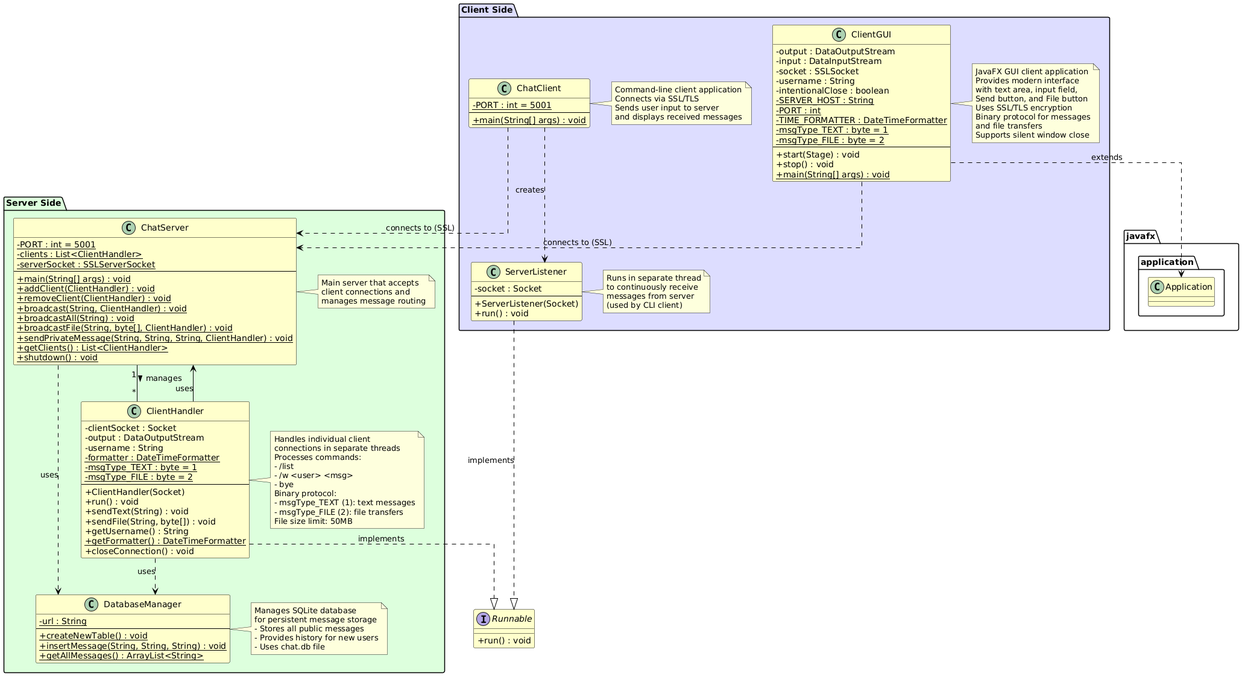
Above: diagrams/ChatSystem Class Diagram.png in OmarElmelegy/ChatUp (PlantUML), before the change.
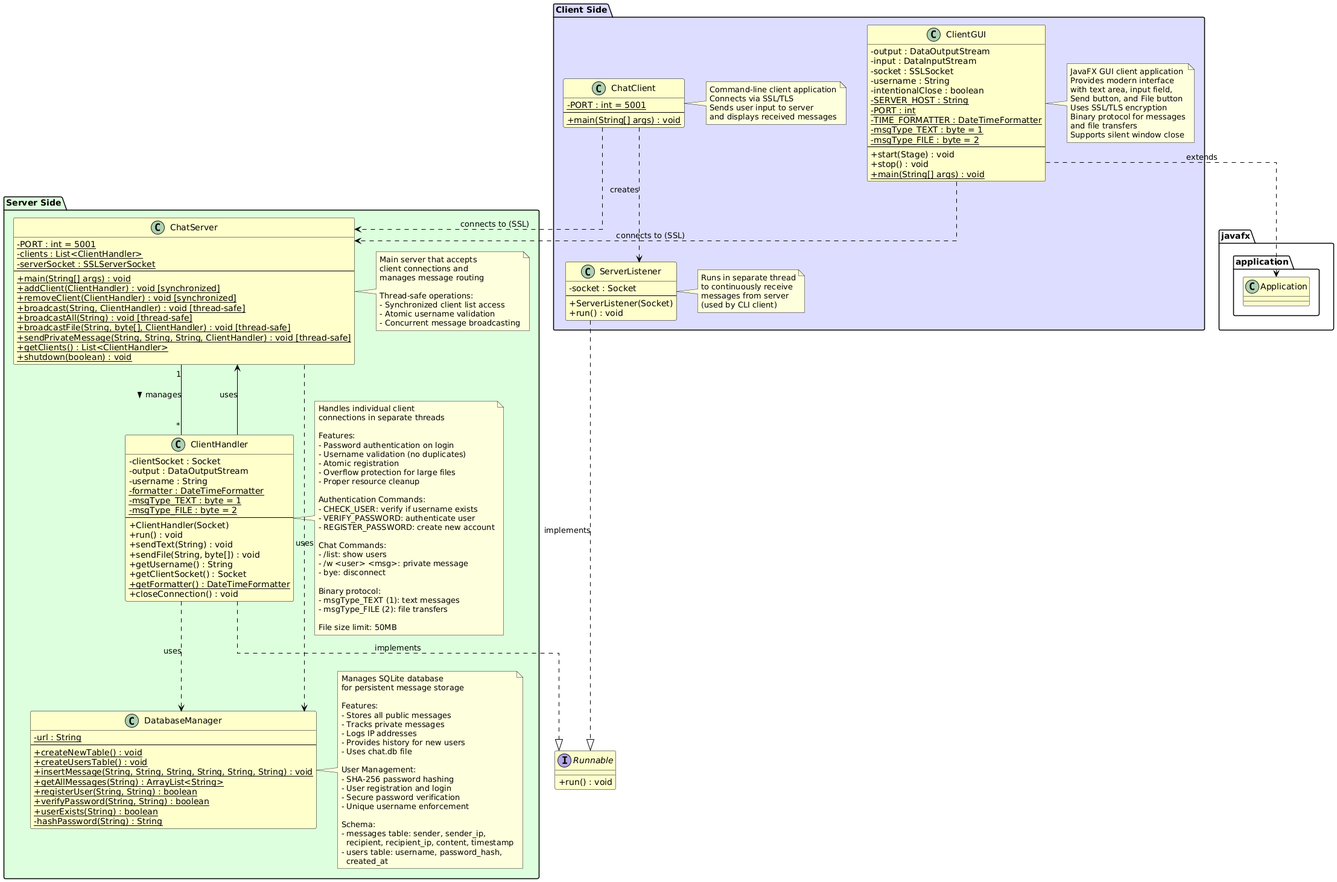
Later version of the same file.

What changed in the source:
```diff
@@ -21,14 +21,14 @@
         {static} - serverSocket : SSLServerSocket
         --
         {static} + main(String[] args) : void
-        {static} + addClient(ClientHandler) : void
-        {static} + removeClient(ClientHandler) : void
-        {static} + broadcast(String, ClientHandler) : void
-        {static} + broadcastAll(String) : void
-        {static} + broadcastFile(String, byte[], ClientHandler) : void
-        {static} + sendPrivateMessage(String, String, String, ClientHandler) : void
+        {static} + addClient(ClientHandler) : void [synchronized]
+        {static} + removeClient(ClientHandler) : void [synchronized]
+        {static} + broadcast(String, ClientHandler) : void [thread-safe]
+        {static} + broadcastAll(String) : void [thread-safe]
+        {static} + broadcastFile(String, byte[], ClientHandler) : void [thread-safe]
+        {static} + sendPrivateMessage(String, String, String, ClientHandler) : void [thread-safe]
         {static} + getClients() : List<ClientHandler>
-        {static} + shutdown() : void
+        {static} + shutdown(boolean) : void
     }
 
     class ClientHandler {
@@ -44,6 +44,7 @@
         + sendText(String) : void
         + sendFile(String, byte[]) : void
         + getUsername() : String
+        + getClientSocket() : Socket
         {static} + getFormatter() : DateTimeFormatter
         + closeConnection() : void
     }
@@ -52,35 +53,76 @@
         {static} - url : String
         --
         {static} + createNewTable() : void
-        {static} + insertMessage(String, String, String) : void
-        {static} + getAllMessages() : ArrayList<String>
+        {static} + createUsersTable() : void
+        {static} + insertMessage(String, String, String, String, String, String) : void
+        {static} + getAllMessages(String) : ArrayList<String>
+        {static} + registerUser(String, String) : boolean
+        {static} + verifyPassword(String, String) : boolean
+        {static} + userExists(String) : boolean
+        {static} - hashPassword(String) : String
     }
 
     note right of ChatServer
       Main server that accepts
       client connections and
       manages message routing
+
+      Thread-safe operations:
+      - Synchronized client list access
+      - Atomic username validation
+      - Concurrent message broadcasting
     end note
 
     note right of ClientHandler
       Handles individual client
       connections in separate threads
-      Processes commands:
-      - /list
-      - /w <user> <msg>
-      - bye
+
+      Features:
+      - Password authentication on login
+      - Username validation (no duplicates)
+      - Atomic registration
+      - Overflow protection for large files
+      - Proper resource cleanup
+
+      Authentication Commands:
+      - CHECK_USER: verify if username exists
+      - VERIFY_PASSWORD: authenticate user
+      - REGISTER_PASSWORD: create new account
+
+      Chat Commands:
+      - /list: show users
+      - /w <user> <msg>: private message
+      - bye: disconnect
+
       Binary protocol:
       - msgType_TEXT (1): text messages
       - msgType_FILE (2): file transfers
+
       File size limit: 50MB
     end note
 
     note right of DatabaseManager
       Manages SQLite database
       for persistent message storage
+
+      Features:
       - Stores all public messages
+      - Tracks private messages
+      - Logs IP addresses
       - Provides history for new users
       - Uses chat.db file
+
+      User Management:
+      - SHA-256 password hashing
+      - User registration and login
+      - Secure password verification
+      - Unique username enforcement
+
+      Schema:
+      - messages table: sender, sender_ip,
+        recipient, recipient_ip, content, timestamp
+      - users table: username, password_hash,
+        created_at
     end note
 }
 
```
